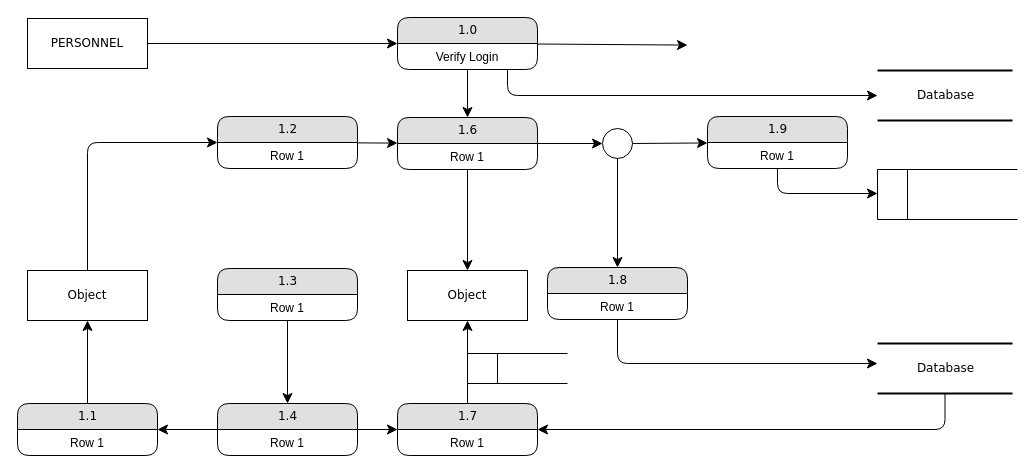
The draw.io diagram DFD.drawio in el-blmnt/SystemDesigns, before the edit. Source tidied: cells renumbered, new cells numbered last; positions are measured from the earlier drawing's top-left corner, leaving out a move shared by most shapes. Both pictures are drawn from the tidied source at 100%, with x=0, y=0 at pixel (17, 17).
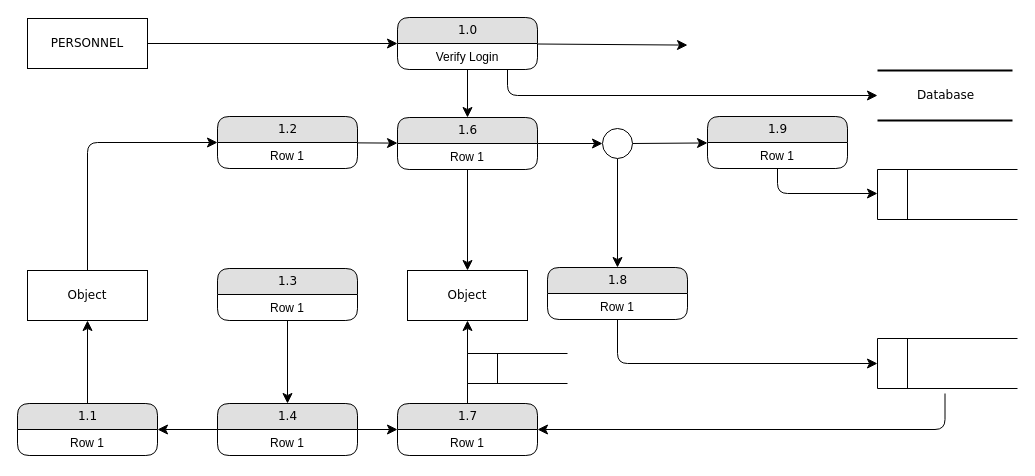
Above is the later version.

Unchanged cells that the change refers to:
```xml
<mxCell id="26" value="1.8" style="swimlane;html=1;fontStyle=0;horizontal=1;startSize=26;fillColor=#e0e0e0;swimlaneFillColor=#ffffff;align=center;rounded=1;shadow=0;comic=0;labelBackgroundColor=none;strokeWidth=1;fontFamily=Verdana;fontSize=12;" parent="1" vertex="1">
  <mxGeometry x="530" y="250" width="140" height="52" as="geometry" />
</mxCell>
<mxCell id="36" value="1.7" style="swimlane;html=1;fontStyle=0;horizontal=1;startSize=26;fillColor=#e0e0e0;swimlaneFillColor=#ffffff;align=center;rounded=1;shadow=0;comic=0;labelBackgroundColor=none;strokeWidth=1;fontFamily=Verdana;fontSize=12;" parent="1" vertex="1">
  <mxGeometry x="380" y="386" width="140" height="52" as="geometry" />
</mxCell>
```

What changed in the source:
```diff
@@
-    <mxCell id="10" style="edgeStyle=orthogonalEdgeStyle;html=1;labelBackgroundColor=none;startFill=0;startSize=8;endFill=1;endSize=8;fontFamily=Verdana;fontSize=12;" parent="1" edge="1" source="11" target="36">
+    <mxCell id="10" style="edgeStyle=orthogonalEdgeStyle;html=1;labelBackgroundColor=none;startFill=0;startSize=8;endFill=1;endSize=8;fontFamily=Verdana;fontSize=12;" parent="1" edge="1" target="36">
       <mxGeometry relative="1" as="geometry">
+        <mxPoint x="927.5" y="376" as="sourcePoint" />
         <Array as="points">
           <mxPoint x="928" y="412" />
         </Array>
       </mxGeometry>
     </mxCell>
-    <mxCell id="11" value="Database" style="html=1;rounded=0;shadow=0;comic=0;labelBackgroundColor=none;strokeWidth=2;fontFamily=Verdana;fontSize=12;align=center;shape=mxgraph.ios7ui.horLines;" parent="1" vertex="1">
-      <mxGeometry x="860" y="326" width="135" height="50" as="geometry" />
-    </mxCell>
@@
-    <mxCell id="25" style="edgeStyle=orthogonalEdgeStyle;html=1;labelBackgroundColor=none;startFill=0;startSize=8;endFill=1;endSize=8;fontFamily=Verdana;fontSize=12;" parent="1" edge="1" source="26" target="11">
+    <mxCell id="25" style="edgeStyle=orthogonalEdgeStyle;html=1;labelBackgroundColor=none;startFill=0;startSize=8;endFill=1;endSize=8;fontFamily=Verdana;fontSize=12;" parent="1" edge="1" source="26">
       <mxGeometry relative="1" as="geometry">
+        <mxPoint x="860" y="346" as="targetPoint" />
         <Array as="points">
           <mxPoint x="600" y="346" />
         </Array>
       </mxGeometry>
     </mxCell>
@@
+    <mxCell id="46" style="html=1;dashed=0;whiteSpace=wrap;shape=mxgraph.dfd.dataStoreID;align=left;spacingLeft=3;" parent="1" vertex="1">
+      <mxGeometry x="860" y="321" width="140" height="50" as="geometry" />
+    </mxCell>
```
